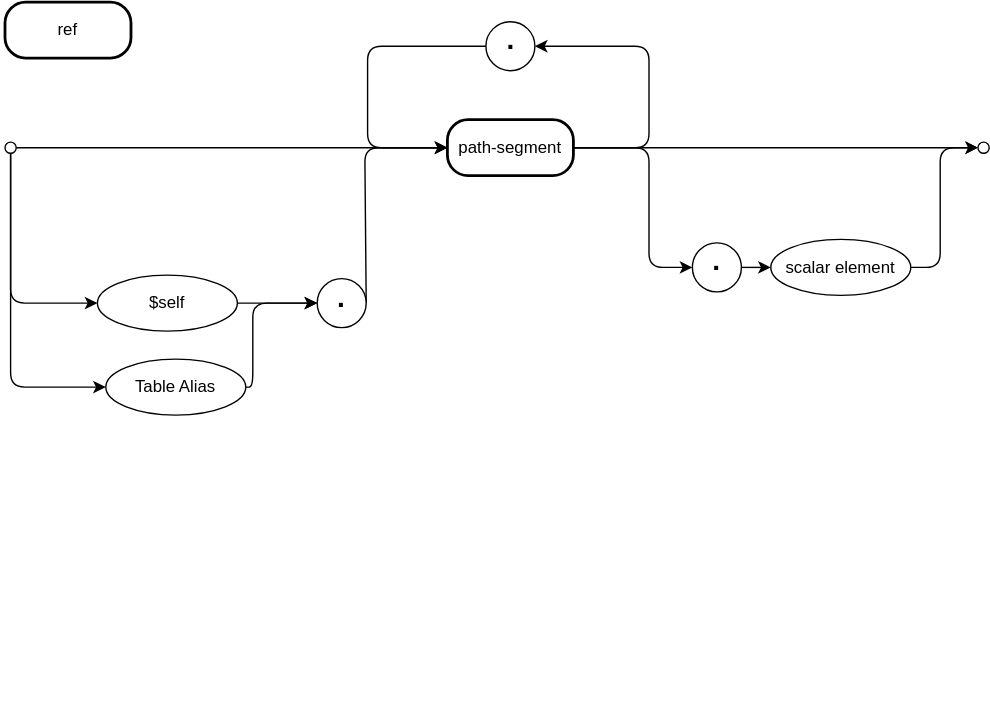
Earlier version of the draw.io export assets/cxl/ref.drawio.svg (capire/docs). Source tidied: cells renumbered, new cells last; positions are measured from the earlier drawing's top-left corner, leaving out a move shared by most shapes.
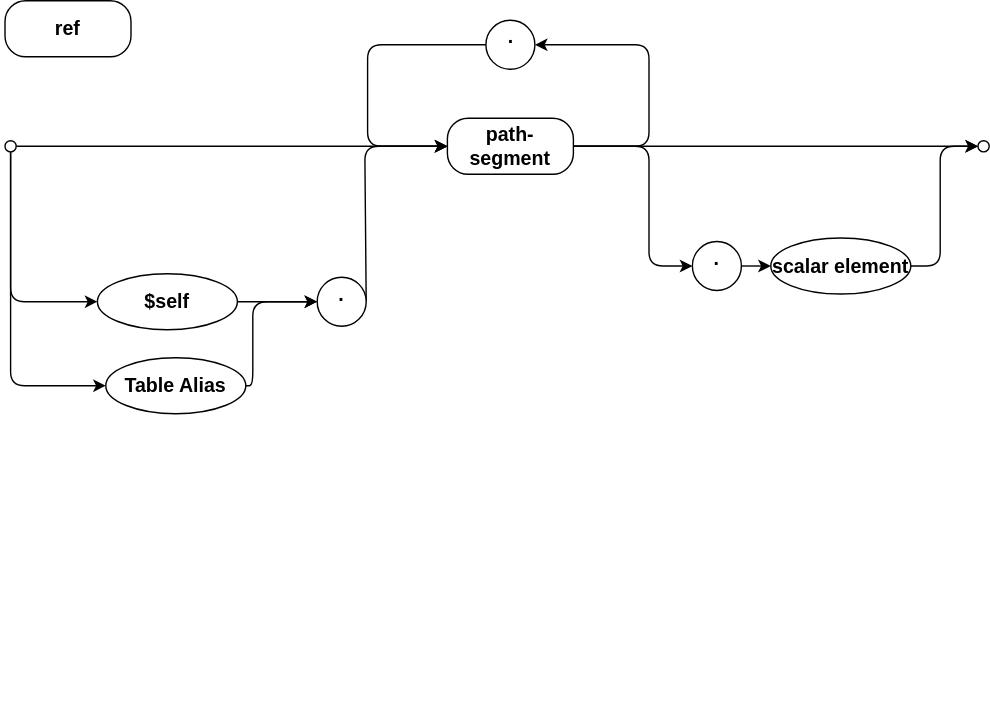
The same diagram one commit later.

Diff of the diagram source:
```diff
@@ -5,98 +5,98 @@
     <mxCell id="2" value="Best viewed with the &lt;a href=&quot;https://github.com/ariel-bentu/tam-drawio&quot;&gt;TAM plugin&lt;/a&gt;" style="text;html=1;shape=tamPluginMissing;" parent="1" vertex="1">
       <mxGeometry x="303" y="494" width="200" height="25" as="geometry" />
     </mxCell>
-    <mxCell id="3" style="edgeStyle=none;html=1;entryX=0;entryY=0.5;entryDx=0;entryDy=0;" parent="1" edge="1" source="4" target="23">
+    <mxCell id="3" style="edgeStyle=none;html=1;entryX=0;entryY=0.5;entryDx=0;entryDy=0;strokeWidth=1;fontSize=14;verticalAlign=middle;fontStyle=1;textDirection=ltr;" parent="1" edge="1" source="4" target="23">
       <mxGeometry relative="1" as="geometry" />
     </mxCell>
-    <mxCell id="4" style="ellipse;whiteSpace=wrap;html=1;" parent="1" vertex="1">
+    <mxCell id="4" style="ellipse;whiteSpace=wrap;html=1;strokeWidth=1;fontSize=14;verticalAlign=middle;fontStyle=1;textDirection=ltr;" parent="1" vertex="1">
       <mxGeometry y="100" width="8" height="8" as="geometry" />
     </mxCell>
-    <mxCell id="5" style="edgeStyle=none;html=1;exitX=1;exitY=0.5;exitDx=0;exitDy=0;entryX=0;entryY=0.5;entryDx=0;entryDy=0;" parent="1" edge="1" source="19" target="9">
+    <mxCell id="5" style="edgeStyle=none;html=1;exitX=1;exitY=0.5;exitDx=0;exitDy=0;entryX=0;entryY=0.5;entryDx=0;entryDy=0;strokeWidth=1;fontSize=14;verticalAlign=middle;fontStyle=1;textDirection=ltr;" parent="1" edge="1" source="19" target="9">
       <mxGeometry relative="1" as="geometry" />
     </mxCell>
-    <mxCell id="6" style="edgeStyle=elbowEdgeStyle;html=1;labelBackgroundColor=none;rounded=1;elbow=vertical;endArrow=classic;endFill=1;align=center;exitX=0.5;exitY=1;exitDx=0;exitDy=0;entryX=0;entryY=0.5;entryDx=0;entryDy=0;" parent="1" edge="1" source="4" target="19">
+    <mxCell id="6" style="edgeStyle=elbowEdgeStyle;html=1;labelBackgroundColor=none;rounded=1;elbow=vertical;endArrow=classic;endFill=1;align=center;exitX=0.5;exitY=1;exitDx=0;exitDy=0;entryX=0;entryY=0.5;entryDx=0;entryDy=0;strokeWidth=1;fontSize=14;verticalAlign=middle;fontStyle=1;textDirection=ltr;" parent="1" edge="1" source="4" target="19">
       <mxGeometry relative="1" as="geometry">
         <Array as="points">
           <mxPoint x="37" y="215" />
         </Array>
       </mxGeometry>
     </mxCell>
-    <mxCell id="7" style="edgeStyle=none;html=1;entryX=0;entryY=0.5;entryDx=0;entryDy=0;exitX=1;exitY=0.5;exitDx=0;exitDy=0;" parent="1" edge="1" source="23" target="11">
+    <mxCell id="7" style="edgeStyle=none;html=1;entryX=0;entryY=0.5;entryDx=0;entryDy=0;exitX=1;exitY=0.5;exitDx=0;exitDy=0;strokeWidth=1;fontSize=14;verticalAlign=middle;fontStyle=1;textDirection=ltr;" parent="1" edge="1" source="23" target="11">
       <mxGeometry relative="1" as="geometry" />
     </mxCell>
-    <mxCell id="8" style="edgeStyle=none;html=1;exitX=1;exitY=0.5;exitDx=0;exitDy=0;entryX=0;entryY=0.5;entryDx=0;entryDy=0;" parent="1" edge="1" source="9" target="23">
+    <mxCell id="8" style="edgeStyle=none;html=1;exitX=1;exitY=0.5;exitDx=0;exitDy=0;entryX=0;entryY=0.5;entryDx=0;entryDy=0;strokeWidth=1;fontSize=14;verticalAlign=middle;fontStyle=1;textDirection=ltr;" parent="1" edge="1" source="9" target="23">
       <mxGeometry relative="1" as="geometry">
         <Array as="points">
           <mxPoint x="257" y="104" />
         </Array>
       </mxGeometry>
     </mxCell>
-    <mxCell id="9" value="." style="ellipse;whiteSpace=wrap;html=1;fontStyle=1;fontSize=20;verticalAlign=middle;spacingBottom=11;" parent="1" vertex="1">
+    <mxCell id="9" value="." style="ellipse;whiteSpace=wrap;html=1;fontStyle=1;fontSize=14;verticalAlign=middle;spacingBottom=11;strokeWidth=1;textDirection=ltr;" parent="1" vertex="1">
       <mxGeometry x="223" y="197.5" width="35" height="35" as="geometry" />
     </mxCell>
-    <mxCell id="10" value="." style="ellipse;whiteSpace=wrap;html=1;fontStyle=1;fontSize=20;verticalAlign=middle;spacingBottom=11;" parent="1" vertex="1">
+    <mxCell id="10" value="." style="ellipse;whiteSpace=wrap;html=1;fontStyle=1;fontSize=14;verticalAlign=middle;spacingBottom=11;strokeWidth=1;textDirection=ltr;" parent="1" vertex="1">
       <mxGeometry x="343.5" y="14" width="35" height="35" as="geometry" />
     </mxCell>
-    <mxCell id="11" style="ellipse;whiteSpace=wrap;html=1;" parent="1" vertex="1">
+    <mxCell id="11" style="ellipse;whiteSpace=wrap;html=1;strokeWidth=1;fontSize=14;verticalAlign=middle;fontStyle=1;textDirection=ltr;" parent="1" vertex="1">
       <mxGeometry x="695" y="100" width="8" height="8" as="geometry" />
     </mxCell>
-    <mxCell id="12" style="edgeStyle=none;html=1;entryX=0;entryY=0.5;entryDx=0;entryDy=0;exitX=1;exitY=0.5;exitDx=0;exitDy=0;" parent="1" edge="1" source="13" target="21">
+    <mxCell id="12" style="edgeStyle=none;html=1;entryX=0;entryY=0.5;entryDx=0;entryDy=0;exitX=1;exitY=0.5;exitDx=0;exitDy=0;strokeWidth=1;fontSize=14;verticalAlign=middle;fontStyle=1;textDirection=ltr;" parent="1" edge="1" source="13" target="21">
       <mxGeometry relative="1" as="geometry" />
     </mxCell>
-    <mxCell id="13" value="." style="ellipse;whiteSpace=wrap;html=1;fontStyle=1;fontSize=20;verticalAlign=middle;spacingBottom=11;" parent="1" vertex="1">
+    <mxCell id="13" value="." style="ellipse;whiteSpace=wrap;html=1;fontStyle=1;fontSize=14;verticalAlign=middle;spacingBottom=11;strokeWidth=1;textDirection=ltr;" parent="1" vertex="1">
       <mxGeometry x="491" y="172" width="35" height="35" as="geometry" />
     </mxCell>
-    <mxCell id="14" style="edgeStyle=elbowEdgeStyle;html=1;labelBackgroundColor=none;rounded=1;elbow=horizontal;endArrow=classic;endFill=1;align=left;exitX=1;exitY=0.5;exitDx=0;exitDy=0;entryX=0;entryY=0.5;entryDx=0;entryDy=0;" parent="1" edge="1" source="21" target="11">
+    <mxCell id="14" style="edgeStyle=elbowEdgeStyle;html=1;labelBackgroundColor=none;rounded=1;elbow=horizontal;endArrow=classic;endFill=1;align=left;exitX=1;exitY=0.5;exitDx=0;exitDy=0;entryX=0;entryY=0.5;entryDx=0;entryDy=0;strokeWidth=1;fontSize=14;verticalAlign=middle;fontStyle=1;textDirection=ltr;" parent="1" edge="1" source="21" target="11">
       <mxGeometry relative="1" as="geometry">
         <Array as="points">
           <mxPoint x="668" y="146" />
         </Array>
       </mxGeometry>
     </mxCell>
-    <mxCell id="15" style="edgeStyle=elbowEdgeStyle;html=1;labelBackgroundColor=none;rounded=1;elbow=horizontal;endArrow=classic;endFill=1;align=left;entryX=0;entryY=0.5;entryDx=0;entryDy=0;exitX=1;exitY=0.5;exitDx=0;exitDy=0;" parent="1" edge="1" source="20" target="9">
+    <mxCell id="15" style="edgeStyle=elbowEdgeStyle;html=1;labelBackgroundColor=none;rounded=1;elbow=horizontal;endArrow=classic;endFill=1;align=left;entryX=0;entryY=0.5;entryDx=0;entryDy=0;exitX=1;exitY=0.5;exitDx=0;exitDy=0;strokeWidth=1;fontSize=14;verticalAlign=middle;fontStyle=1;textDirection=ltr;" parent="1" edge="1" source="20" target="9">
       <mxGeometry relative="1" as="geometry">
         <Array as="points">
           <mxPoint x="177" y="243.5" />
         </Array>
       </mxGeometry>
     </mxCell>
-    <mxCell id="16" style="edgeStyle=elbowEdgeStyle;html=1;labelBackgroundColor=none;rounded=1;elbow=horizontal;endArrow=classic;endFill=1;align=left;exitX=1;exitY=0.5;exitDx=0;exitDy=0;entryX=1;entryY=0.5;entryDx=0;entryDy=0;" parent="1" edge="1" source="23" target="10">
+    <mxCell id="16" style="edgeStyle=elbowEdgeStyle;html=1;labelBackgroundColor=none;rounded=1;elbow=horizontal;endArrow=classic;endFill=1;align=left;exitX=1;exitY=0.5;exitDx=0;exitDy=0;entryX=1;entryY=0.5;entryDx=0;entryDy=0;strokeWidth=1;fontSize=14;verticalAlign=middle;fontStyle=1;textDirection=ltr;" parent="1" edge="1" source="23" target="10">
       <mxGeometry relative="1" as="geometry">
         <Array as="points">
           <mxPoint x="460" y="65" />
         </Array>
       </mxGeometry>
     </mxCell>
-    <mxCell id="17" style="edgeStyle=elbowEdgeStyle;html=1;labelBackgroundColor=none;rounded=1;elbow=horizontal;endArrow=classic;endFill=1;align=left;exitX=0;exitY=0.5;exitDx=0;exitDy=0;entryX=0;entryY=0.5;entryDx=0;entryDy=0;" parent="1" edge="1" source="10" target="23">
+    <mxCell id="17" style="edgeStyle=elbowEdgeStyle;html=1;labelBackgroundColor=none;rounded=1;elbow=horizontal;endArrow=classic;endFill=1;align=left;exitX=0;exitY=0.5;exitDx=0;exitDy=0;entryX=0;entryY=0.5;entryDx=0;entryDy=0;strokeWidth=1;fontSize=14;verticalAlign=middle;fontStyle=1;textDirection=ltr;" parent="1" edge="1" source="10" target="23">
       <mxGeometry relative="1" as="geometry">
         <Array as="points">
           <mxPoint x="259" y="68" />
         </Array>
       </mxGeometry>
     </mxCell>
-    <mxCell id="18" style="edgeStyle=elbowEdgeStyle;html=1;labelBackgroundColor=none;rounded=1;elbow=horizontal;endArrow=classic;endFill=1;align=left;exitX=1;exitY=0.5;exitDx=0;exitDy=0;entryX=0;entryY=0.5;entryDx=0;entryDy=0;" parent="1" edge="1" source="23" target="13">
+    <mxCell id="18" style="edgeStyle=elbowEdgeStyle;html=1;labelBackgroundColor=none;rounded=1;elbow=horizontal;endArrow=classic;endFill=1;align=left;exitX=1;exitY=0.5;exitDx=0;exitDy=0;entryX=0;entryY=0.5;entryDx=0;entryDy=0;strokeWidth=1;fontSize=14;verticalAlign=middle;fontStyle=1;textDirection=ltr;" parent="1" edge="1" source="23" target="13">
       <mxGeometry relative="1" as="geometry">
         <Array as="points">
           <mxPoint x="460" y="147" />
         </Array>
       </mxGeometry>
     </mxCell>
-    <mxCell id="19" value="&lt;span style=&quot;color: rgb(0, 0, 0);&quot;&gt;$self&lt;/span&gt;" style="ellipse;whiteSpace=wrap;html=1;align=center;newEdgeStyle={&quot;edgeStyle&quot;:&quot;entityRelationEdgeStyle&quot;,&quot;startArrow&quot;:&quot;none&quot;,&quot;endArrow&quot;:&quot;none&quot;,&quot;segment&quot;:10,&quot;curved&quot;:1,&quot;sourcePerimeterSpacing&quot;:0,&quot;targetPerimeterSpacing&quot;:0};" parent="1" vertex="1">
+    <mxCell id="19" value="&lt;span style=&quot;color: rgb(0, 0, 0);&quot;&gt;$self&lt;/span&gt;" style="ellipse;whiteSpace=wrap;html=1;align=center;newEdgeStyle={&quot;edgeStyle&quot;:&quot;entityRelationEdgeStyle&quot;,&quot;startArrow&quot;:&quot;none&quot;,&quot;endArrow&quot;:&quot;none&quot;,&quot;segment&quot;:10,&quot;curved&quot;:1,&quot;sourcePerimeterSpacing&quot;:0,&quot;targetPerimeterSpacing&quot;:0};strokeWidth=1;fontSize=14;verticalAlign=middle;fontStyle=1;textDirection=ltr;" parent="1" vertex="1">
       <mxGeometry x="66" y="195" width="100" height="40" as="geometry" />
     </mxCell>
-    <mxCell id="20" value="Table Alias" style="ellipse;whiteSpace=wrap;html=1;align=center;newEdgeStyle={&quot;edgeStyle&quot;:&quot;entityRelationEdgeStyle&quot;,&quot;startArrow&quot;:&quot;none&quot;,&quot;endArrow&quot;:&quot;none&quot;,&quot;segment&quot;:10,&quot;curved&quot;:1,&quot;sourcePerimeterSpacing&quot;:0,&quot;targetPerimeterSpacing&quot;:0};" parent="1" vertex="1">
+    <mxCell id="20" value="Table Alias" style="ellipse;whiteSpace=wrap;html=1;align=center;newEdgeStyle={&quot;edgeStyle&quot;:&quot;entityRelationEdgeStyle&quot;,&quot;startArrow&quot;:&quot;none&quot;,&quot;endArrow&quot;:&quot;none&quot;,&quot;segment&quot;:10,&quot;curved&quot;:1,&quot;sourcePerimeterSpacing&quot;:0,&quot;targetPerimeterSpacing&quot;:0};strokeWidth=1;fontSize=14;verticalAlign=middle;fontStyle=1;textDirection=ltr;" parent="1" vertex="1">
       <mxGeometry x="72" y="255" width="100" height="40" as="geometry" />
     </mxCell>
-    <mxCell id="21" value="&lt;span style=&quot;color: rgb(0, 0, 0);&quot;&gt;scalar element&lt;/span&gt;" style="ellipse;whiteSpace=wrap;html=1;align=center;newEdgeStyle={&quot;edgeStyle&quot;:&quot;entityRelationEdgeStyle&quot;,&quot;startArrow&quot;:&quot;none&quot;,&quot;endArrow&quot;:&quot;none&quot;,&quot;segment&quot;:10,&quot;curved&quot;:1,&quot;sourcePerimeterSpacing&quot;:0,&quot;targetPerimeterSpacing&quot;:0};" parent="1" vertex="1">
+    <mxCell id="21" value="&lt;span style=&quot;color: rgb(0, 0, 0);&quot;&gt;scalar element&lt;/span&gt;" style="ellipse;whiteSpace=wrap;html=1;align=center;newEdgeStyle={&quot;edgeStyle&quot;:&quot;entityRelationEdgeStyle&quot;,&quot;startArrow&quot;:&quot;none&quot;,&quot;endArrow&quot;:&quot;none&quot;,&quot;segment&quot;:10,&quot;curved&quot;:1,&quot;sourcePerimeterSpacing&quot;:0,&quot;targetPerimeterSpacing&quot;:0};strokeWidth=1;fontSize=14;verticalAlign=middle;fontStyle=1;textDirection=ltr;" parent="1" vertex="1">
       <mxGeometry x="547" y="169.5" width="100" height="40" as="geometry" />
     </mxCell>
-    <mxCell id="22" value="ref" style="rounded=1;whiteSpace=wrap;html=1;strokeWidth=2;arcSize=37;" parent="1" vertex="1">
+    <mxCell id="22" value="ref" style="rounded=1;whiteSpace=wrap;html=1;strokeWidth=1;arcSize=37;fontSize=14;verticalAlign=middle;fontStyle=1;textDirection=ltr;" parent="1" vertex="1">
       <mxGeometry width="90" height="40" as="geometry" />
     </mxCell>
-    <mxCell id="23" value="path-segment" style="rounded=1;whiteSpace=wrap;html=1;strokeWidth=2;arcSize=37;" parent="1" vertex="1">
+    <mxCell id="23" value="path-segment" style="rounded=1;whiteSpace=wrap;html=1;strokeWidth=1;arcSize=37;fontSize=14;verticalAlign=middle;fontStyle=1;textDirection=ltr;" parent="1" vertex="1">
       <mxGeometry x="316" y="84" width="90" height="40" as="geometry" />
     </mxCell>
-    <mxCell id="24" style="edgeStyle=orthogonalEdgeStyle;rounded=1;jettySize=auto;html=1;exitX=0.5;exitY=1;exitDx=0;exitDy=0;entryX=0;entryY=0.5;entryDx=0;entryDy=0;startArrow=none;startFill=0;endArrow=classic;endFill=1;startSize=6;endSize=6;align=center;fontSize=12;labelBackgroundColor=none;" parent="1" edge="1" source="4" target="20">
+    <mxCell id="24" style="edgeStyle=orthogonalEdgeStyle;rounded=1;jettySize=auto;html=1;exitX=0.5;exitY=1;exitDx=0;exitDy=0;entryX=0;entryY=0.5;entryDx=0;entryDy=0;startArrow=none;startFill=0;endArrow=classic;endFill=1;startSize=6;endSize=6;align=center;fontSize=14;labelBackgroundColor=none;strokeWidth=1;verticalAlign=middle;fontStyle=1;textDirection=ltr;" parent="1" edge="1" source="4" target="20">
       <mxGeometry relative="1" as="geometry" />
     </mxCell>
   </root>
```
